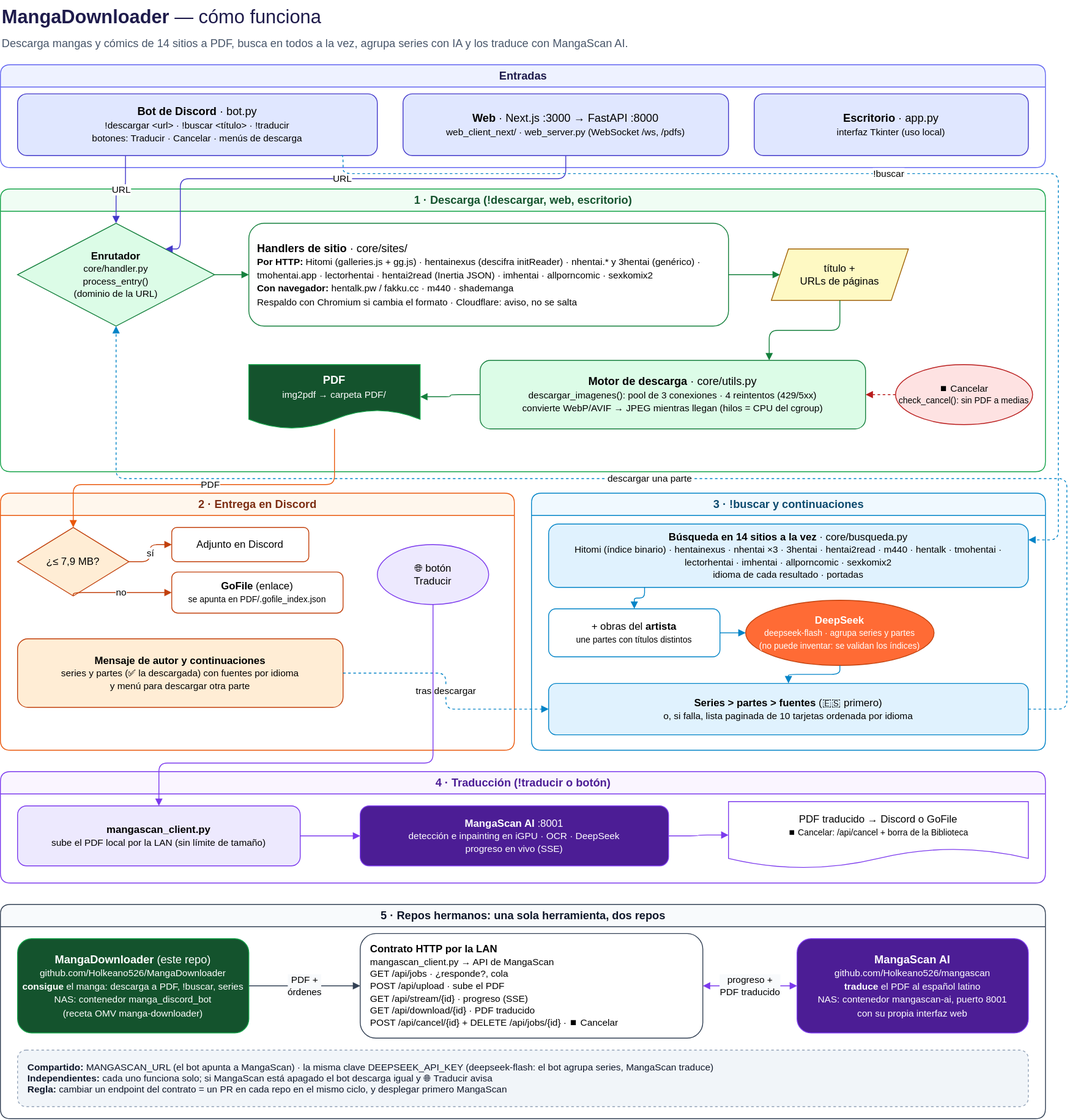
Earlier version of the draw.io export docs/flujo_app.drawio.svg (Holkeano526/MangaDownloader). Source tidied: cells renumbered, new cells last; positions are measured from the earlier drawing's top-left corner, leaving out a move shared by most shapes.
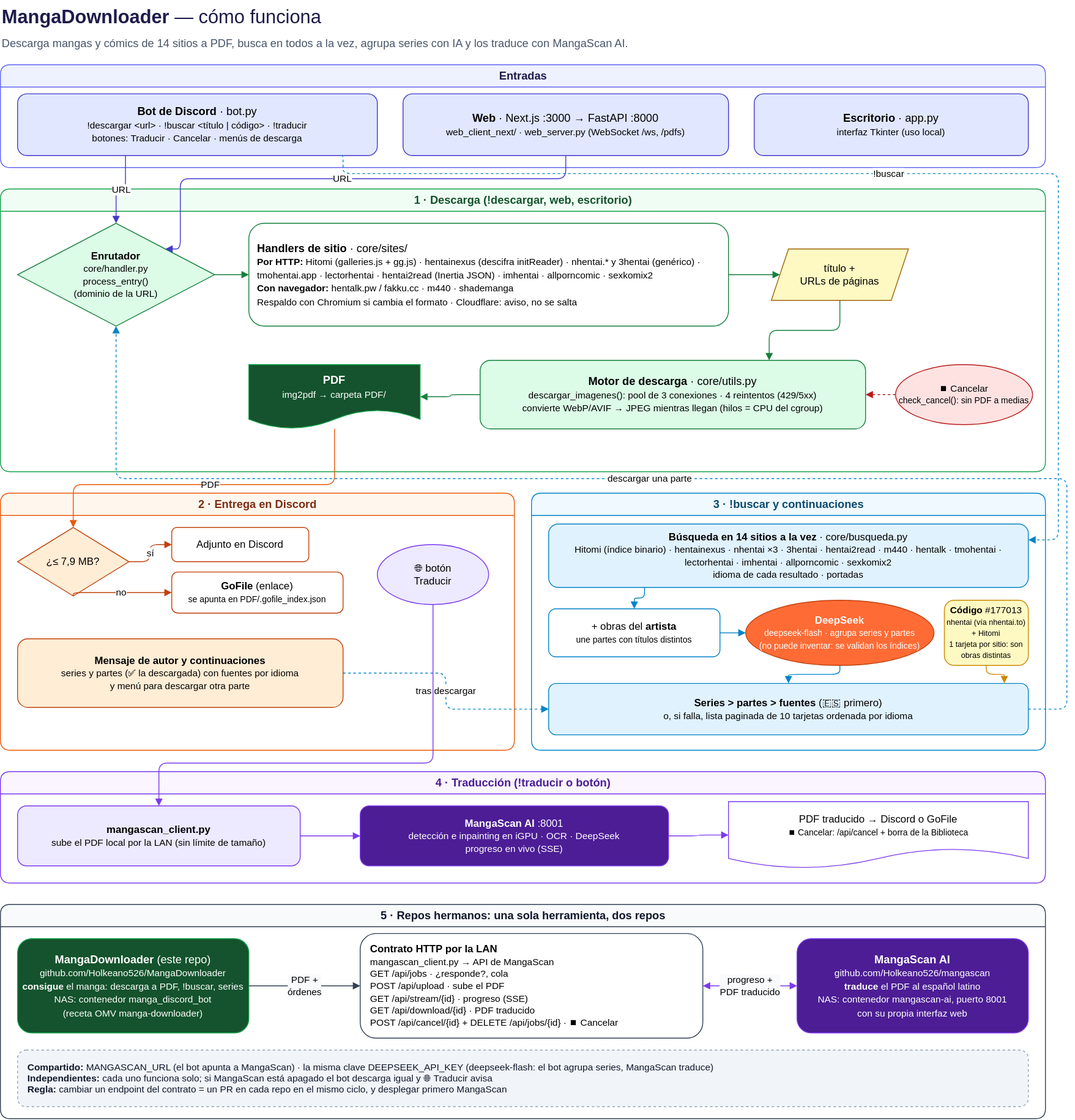
After the change.

Commit message:
feat: !buscar <código> para nhentai e Hitomi ("nuclear code")

Change to the diagram source:
```diff
@@ -11,7 +11,7 @@
     <mxCell id="4" value="Entradas" style="swimlane;startSize=26;html=1;fillColor=#eef2ff;strokeColor=#6366f1;fontColor=#1e1b4b;fontSize=13;rounded=1;" parent="1" vertex="1">
       <mxGeometry y="75" width="1220" height="120" as="geometry" />
     </mxCell>
-    <mxCell id="5" value="&lt;b&gt;Bot de Discord&lt;/b&gt; · bot.py&lt;br&gt;&lt;font style=&quot;font-size:11px&quot;&gt;!descargar &amp;lt;url&amp;gt; · !buscar &amp;lt;título&amp;gt; · !traducir&lt;br&gt;botones: Traducir · Cancelar · menús de descarga&lt;/font&gt;" style="rounded=1;whiteSpace=wrap;html=1;fillColor=#e0e7ff;strokeColor=#4338ca;fontSize=13;" parent="4" vertex="1">
+    <mxCell id="5" value="&lt;b&gt;Bot de Discord&lt;/b&gt; · bot.py&lt;br&gt;&lt;font style=&quot;font-size:11px&quot;&gt;!descargar &amp;lt;url&amp;gt; · !buscar &amp;lt;título | código&amp;gt; · !traducir&lt;br&gt;botones: Traducir · Cancelar · menús de descarga&lt;/font&gt;" style="rounded=1;whiteSpace=wrap;html=1;fillColor=#e0e7ff;strokeColor=#4338ca;fontSize=13;" parent="4" vertex="1">
       <mxGeometry x="20" y="34" width="420" height="72" as="geometry" />
     </mxCell>
     <mxCell id="6" value="&lt;b&gt;Web&lt;/b&gt; · Next.js :3000 → FastAPI :8000&lt;br&gt;&lt;font style=&quot;font-size:11px&quot;&gt;web_client_next/ · web_server.py (WebSocket /ws, /pdfs)&lt;/font&gt;" style="rounded=1;whiteSpace=wrap;html=1;fillColor=#e0e7ff;strokeColor=#4338ca;fontSize=13;" parent="4" vertex="1">
@@ -99,6 +99,12 @@
     <mxCell id="32" value="&lt;b&gt;Series &amp;gt; partes &amp;gt; fuentes&lt;/b&gt; (🇪🇸 primero)&lt;br&gt;&lt;font style=&quot;font-size:11px&quot;&gt;o, si falla, lista paginada de 10 tarjetas ordenada por idioma&lt;/font&gt;" style="rounded=1;whiteSpace=wrap;html=1;fillColor=#e0f2fe;strokeColor=#0284c7;fontSize=12;" parent="28" vertex="1">
       <mxGeometry x="20" y="222" width="560" height="60" as="geometry" />
     </mxCell>
+    <mxCell id="56" value="&lt;b&gt;Código&lt;/b&gt; #177013&lt;br&gt;&lt;font style=&quot;font-size:9px&quot;&gt;nhentai (vía nhentai.to) + Hitomi&lt;br&gt;1 tarjeta por sitio: son obras distintas&lt;/font&gt;" style="rounded=1;whiteSpace=wrap;html=1;fillColor=#fef9c3;strokeColor=#ca8a04;fontSize=11;" parent="28" vertex="1">
+      <mxGeometry x="482" y="125" width="98" height="76" as="geometry" />
+    </mxCell>
+    <mxCell id="57" style="edgeStyle=orthogonalEdgeStyle;html=1;strokeColor=#ca8a04;endArrow=block;exitX=0.5;exitY=1;entryX=0.95;entryY=0;" parent="28" edge="1" source="56" target="32">
+      <mxGeometry relative="1" as="geometry" />
+    </mxCell>
     <mxCell id="33" style="edgeStyle=orthogonalEdgeStyle;html=1;strokeColor=#0284c7;endArrow=block;exitX=0.2;exitY=1;entryX=0.5;entryY=0;" parent="28" edge="1" source="29" target="30">
       <mxGeometry relative="1" as="geometry" />
     </mxCell>
```
